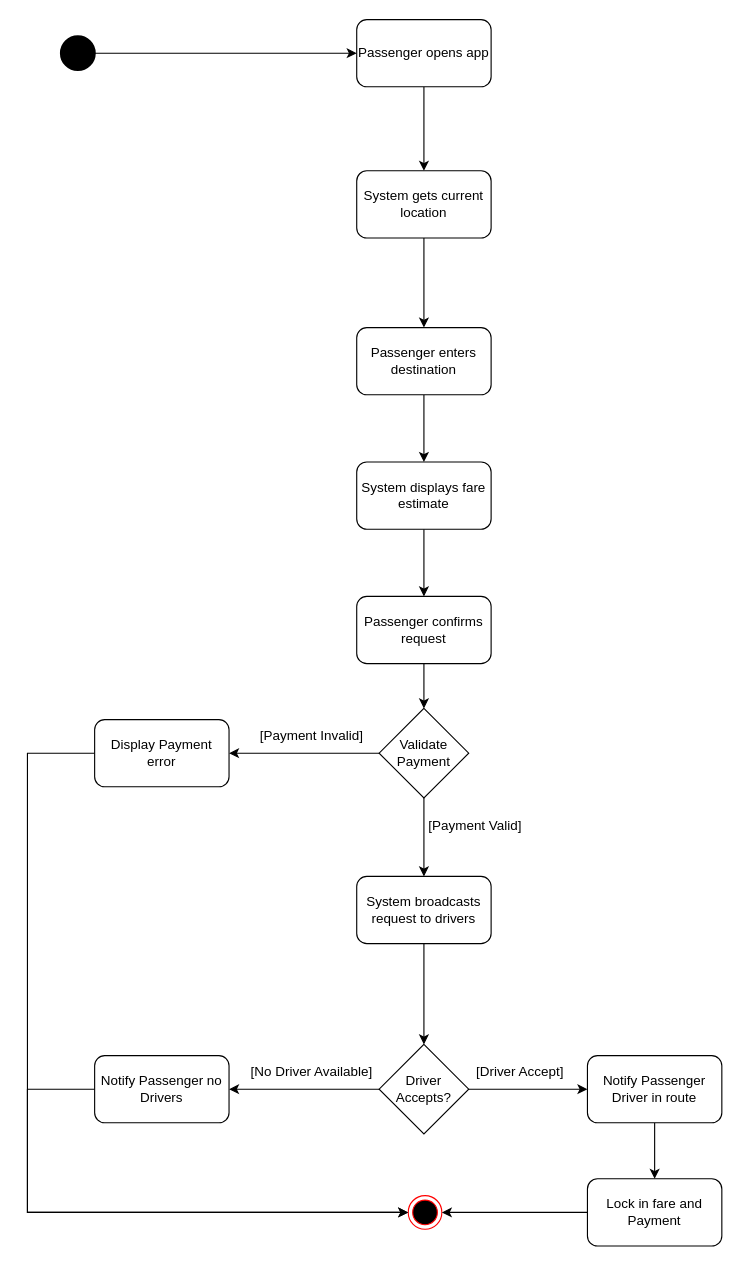
Above: SEPP_UML_Activity_diagram.drawio in Anuja-jayasinghe/DrawIo_Projects (draw.io), before the change. Source tidied: cells renumbered, new cells numbered last; positions are measured from the earlier drawing's top-left corner, leaving out a move shared by most shapes. Both pictures are drawn from the tidied source at 112%, with x=0, y=0 at pixel (27, 19).
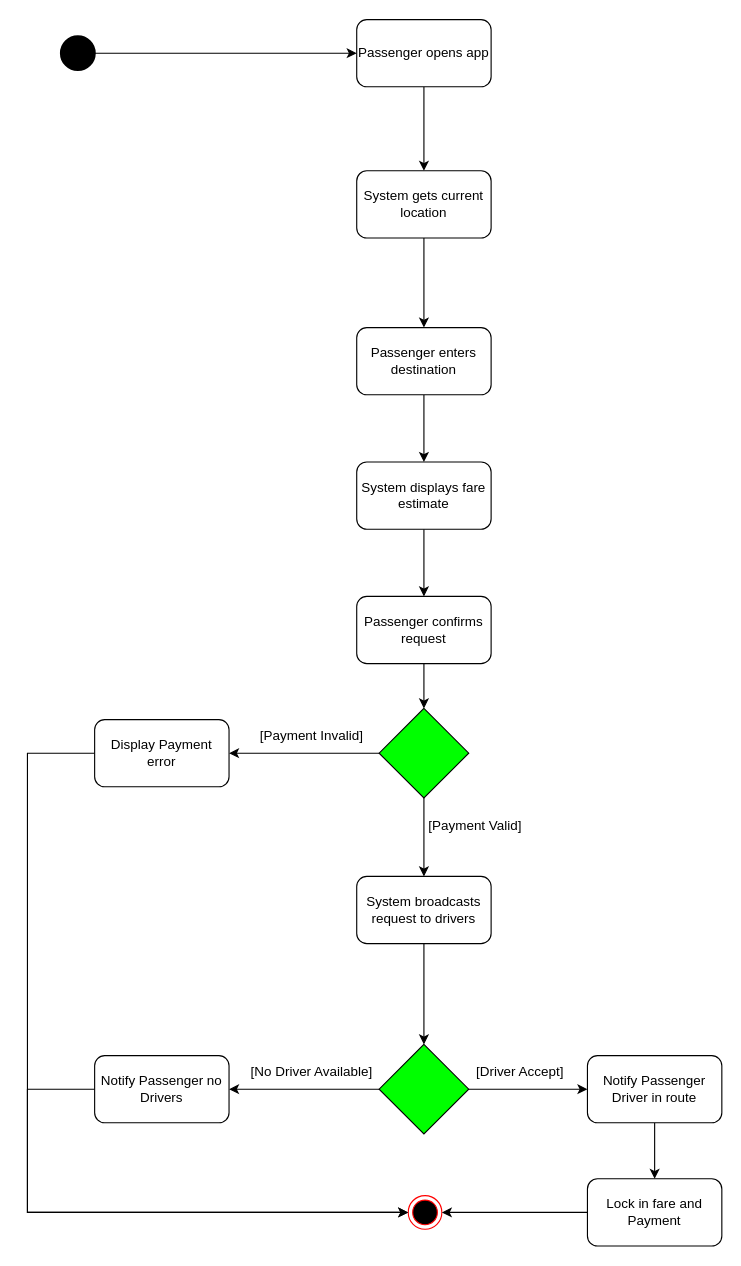
Above is the later version.

The edit, as a diff of the source:
```diff
@@
-    <mxCell id="16" value="Validate Payment" style="rhombus;whiteSpace=wrap;html=1;" parent="1" vertex="1">
+    <mxCell id="16" style="rhombus;whiteSpace=wrap;html=1;fillColor=#00FF00;" parent="1" vertex="1">
       <mxGeometry x="314" y="615" width="80" height="80" as="geometry" />
     </mxCell>
@@
-    <mxCell id="24" value="Driver Accepts?" style="rhombus;whiteSpace=wrap;html=1;rounded=0;rotation=0;" parent="1" vertex="1">
+    <mxCell id="24" style="rhombus;whiteSpace=wrap;html=1;rounded=0;rotation=0;fillColor=#00FF00;" parent="1" vertex="1">
       <mxGeometry x="314" y="915" width="80" height="80" as="geometry" />
     </mxCell>
```
